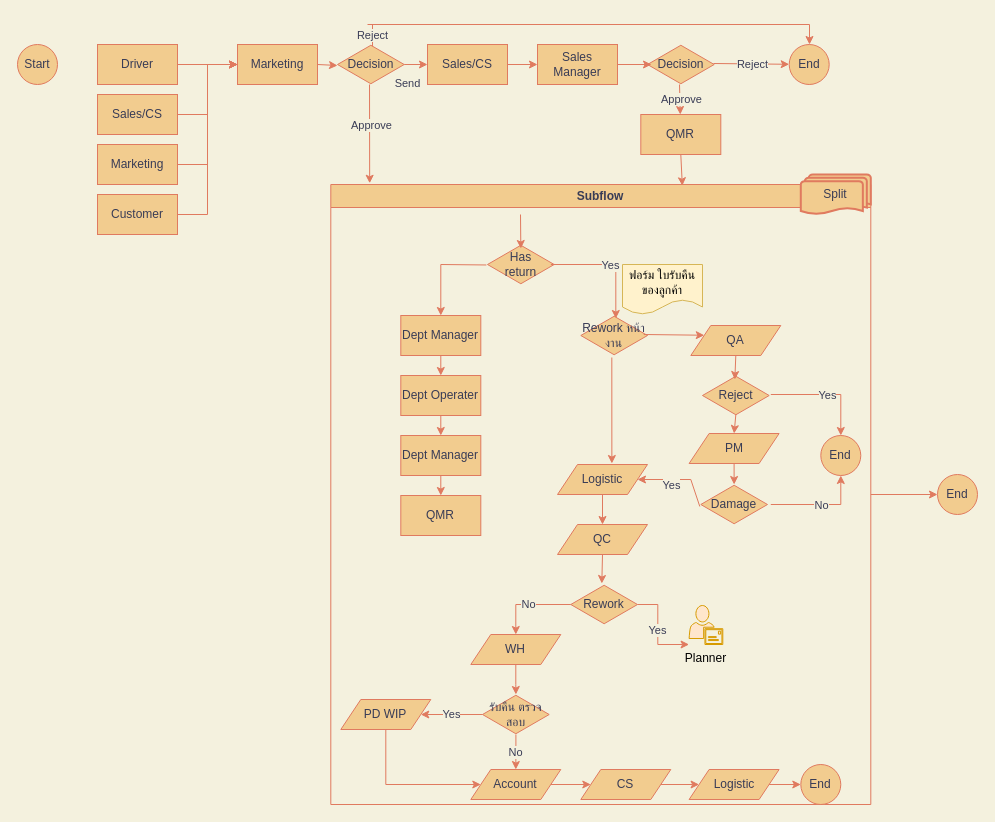
This is page "Now" (1 of 2) of Complain.drawio from threewat-api/ComplainFlow, a draw.io file, before an edit. Source tidied: cells renumbered, new cells numbered last; positions are measured from the earlier drawing's top-left corner, leaving out a move shared by most shapes. Both pictures are drawn from the tidied source at 100%, with x=0, y=0 at pixel (17, 24).
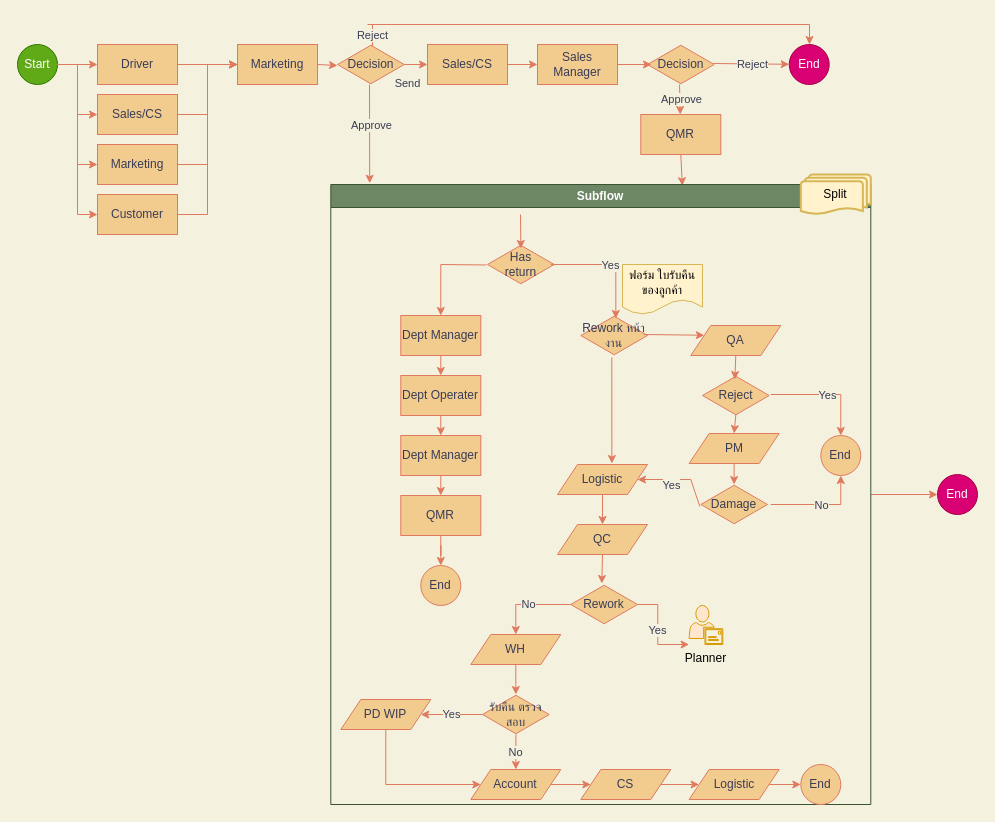
The same page after the edit.

The change refers to these unchanged cells:
```xml
<mxCell id="2" value="Driver" style="rounded=0;whiteSpace=wrap;html=1;fillColor=#F2CC8F;strokeColor=#E07A5F;fontColor=#393C56;" parent="1" vertex="1">
  <mxGeometry x="80" y="20" width="80" height="40" as="geometry" />
</mxCell>
<mxCell id="3" value="Sales/CS" style="rounded=0;whiteSpace=wrap;html=1;fillColor=#F2CC8F;strokeColor=#E07A5F;fontColor=#393C56;" parent="1" vertex="1">
  <mxGeometry x="80" y="70" width="80" height="40" as="geometry" />
</mxCell>
<mxCell id="4" value="Marketing" style="rounded=0;whiteSpace=wrap;html=1;fillColor=#F2CC8F;strokeColor=#E07A5F;fontColor=#393C56;" parent="1" vertex="1">
  <mxGeometry x="80" y="120" width="80" height="40" as="geometry" />
</mxCell>
<mxCell id="5" value="Customer" style="rounded=0;whiteSpace=wrap;html=1;fillColor=#F2CC8F;strokeColor=#E07A5F;fontColor=#393C56;" parent="1" vertex="1">
  <mxGeometry x="80" y="170" width="80" height="40" as="geometry" />
</mxCell>
<mxCell id="32" value="QMR" style="rounded=0;whiteSpace=wrap;html=1;fillColor=#F2CC8F;strokeColor=#E07A5F;fontColor=#393C56;" parent="26" vertex="1">
  <mxGeometry x="70" y="311" width="80" height="40" as="geometry" />
</mxCell>
```

The edit, as a diff of the source:
```diff
@@
-    <mxCell id="19" value="Start" style="ellipse;whiteSpace=wrap;html=1;fillColor=#F2CC8F;strokeColor=#E07A5F;fontColor=#393C56;" parent="1" vertex="1">
+    <mxCell id="19" value="Start" style="ellipse;whiteSpace=wrap;html=1;fillColor=#60a917;strokeColor=#2D7600;fontColor=#ffffff;" parent="1" vertex="1">
       <mxGeometry y="20" width="40" height="40" as="geometry" />
     </mxCell>
-    <mxCell id="20" value="End" style="ellipse;whiteSpace=wrap;html=1;fillColor=#F2CC8F;strokeColor=#E07A5F;fontColor=#393C56;" parent="1" vertex="1">
+    <mxCell id="20" value="End" style="ellipse;whiteSpace=wrap;html=1;fillColor=#d80073;strokeColor=#A50040;fontColor=#ffffff;" parent="1" vertex="1">
       <mxGeometry x="771.7" y="20" width="40" height="40" as="geometry" />
     </mxCell>
@@
-    <mxCell id="26" value="Subflow" style="swimlane;whiteSpace=wrap;html=1;fillColor=#F2CC8F;strokeColor=#E07A5F;fontColor=#393C56;" parent="1" vertex="1">
+    <mxCell id="26" value="Subflow" style="swimlane;whiteSpace=wrap;html=1;fillColor=#6d8764;strokeColor=#3A5431;fontColor=#ffffff;" parent="1" vertex="1">
       <mxGeometry x="313.3" y="160" width="540" height="620" as="geometry" />
     </mxCell>
@@
+    <mxCell id="88" style="edgeStyle=orthogonalEdgeStyle;rounded=0;jettySize=auto;html=1;fontSize=12;fillColor=#F2CC8F;strokeColor=#E07A5F;fontColor=#393C56;fontStyle=1;startSize=23;" parent="26" edge="1" source="32" target="89">
+      <mxGeometry relative="1" as="geometry" />
+    </mxCell>
@@
-    <mxCell id="77" value="Split" style="strokeWidth=2;html=1;shape=mxgraph.flowchart.multi-document;whiteSpace=wrap;fillColor=#F2CC8F;strokeColor=#E07A5F;fontColor=#393C56;" parent="26" vertex="1">
+    <mxCell id="77" value="Split" style="strokeWidth=2;html=1;shape=mxgraph.flowchart.multi-document;whiteSpace=wrap;fillColor=#fff2cc;strokeColor=#d6b656;" parent="26" vertex="1">
       <mxGeometry x="470" y="-10" width="70" height="40" as="geometry" />
     </mxCell>
@@
+    <mxCell id="89" value="End" style="ellipse;whiteSpace=wrap;html=1;fillColor=#F2CC8F;strokeColor=#E07A5F;fontColor=#393C56;" parent="26" vertex="1">
+      <mxGeometry x="90" y="381" width="40" height="40" as="geometry" />
+    </mxCell>
@@
-    <mxCell id="87" value="End" style="ellipse;whiteSpace=wrap;html=1;fillColor=#F2CC8F;strokeColor=#E07A5F;fontColor=#393C56;" parent="1" vertex="1">
+    <mxCell id="87" value="End" style="ellipse;whiteSpace=wrap;html=1;fillColor=#d80073;strokeColor=#A50040;fontColor=#ffffff;" parent="1" vertex="1">
       <mxGeometry x="920" y="450" width="40" height="40" as="geometry" />
     </mxCell>
+    <mxCell id="90" style="edgeStyle=elbowEdgeStyle;elbow=horizontal;endArrow=classic;html=1;rounded=0;exitX=1;exitY=0.5;exitDx=0;exitDy=0;entryX=0;entryY=0.5;entryDx=0;entryDy=0;labelBackgroundColor=#F4F1DE;strokeColor=#E07A5F;fontColor=#393C56;" parent="1" edge="1" source="19" target="2">
+      <mxGeometry relative="1" as="geometry" />
+    </mxCell>
+    <mxCell id="91" style="edgeStyle=elbowEdgeStyle;elbow=horizontal;endArrow=classic;html=1;rounded=0;entryX=0;entryY=0.5;entryDx=0;entryDy=0;labelBackgroundColor=#F4F1DE;strokeColor=#E07A5F;fontColor=#393C56;exitX=1;exitY=0.5;exitDx=0;exitDy=0;" parent="1" edge="1" source="19" target="3">
+      <mxGeometry relative="1" as="geometry" />
+    </mxCell>
+    <mxCell id="92" style="edgeStyle=elbowEdgeStyle;elbow=horizontal;endArrow=classic;html=1;rounded=0;exitX=1;exitY=0.5;exitDx=0;exitDy=0;entryX=0;entryY=0.5;entryDx=0;entryDy=0;labelBackgroundColor=#F4F1DE;strokeColor=#E07A5F;fontColor=#393C56;" parent="1" edge="1" source="19" target="4">
+      <mxGeometry relative="1" as="geometry" />
+    </mxCell>
+    <mxCell id="93" style="edgeStyle=elbowEdgeStyle;elbow=horizontal;endArrow=classic;html=1;rounded=0;exitX=1;exitY=0.5;exitDx=0;exitDy=0;entryX=0;entryY=0.5;entryDx=0;entryDy=0;labelBackgroundColor=#F4F1DE;strokeColor=#E07A5F;fontColor=#393C56;" parent="1" edge="1" source="19" target="5">
+      <mxGeometry relative="1" as="geometry" />
+    </mxCell>
```
